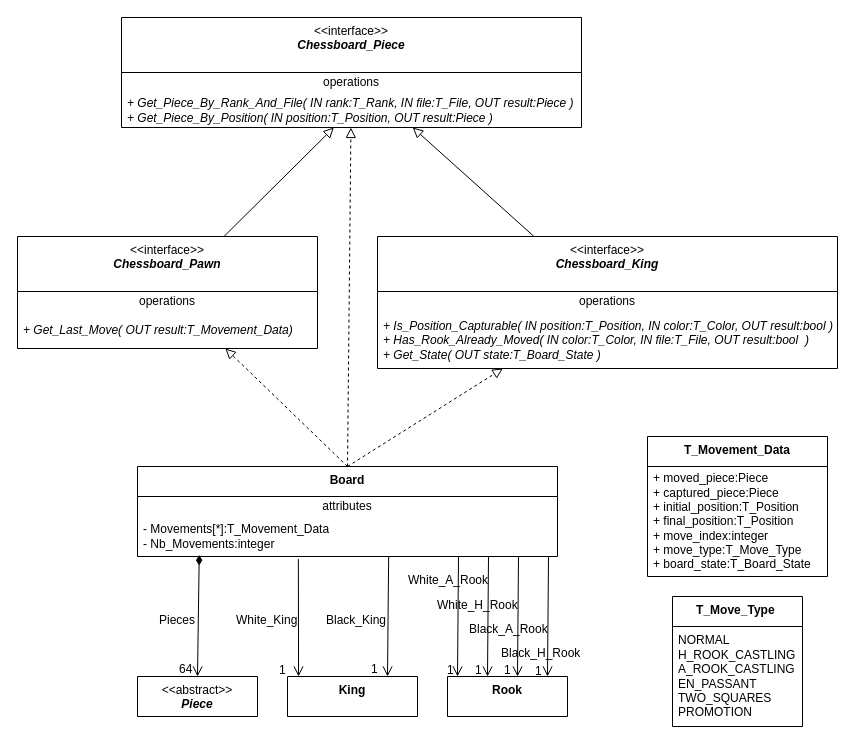
SanteyneEmbeddedSystems/Embedded_Chess keeps this draw.io diagram as page "Board" (2 of 6) of doc/Embedded_Chess.drawio. Above is the earlier version. Source tidied: cells renumbered, new cells numbered last; positions are measured from the earlier drawing's top-left corner, leaving out a move shared by most shapes. Both pictures are drawn from the tidied source at 100%, with x=0, y=0 at pixel (17, 17).
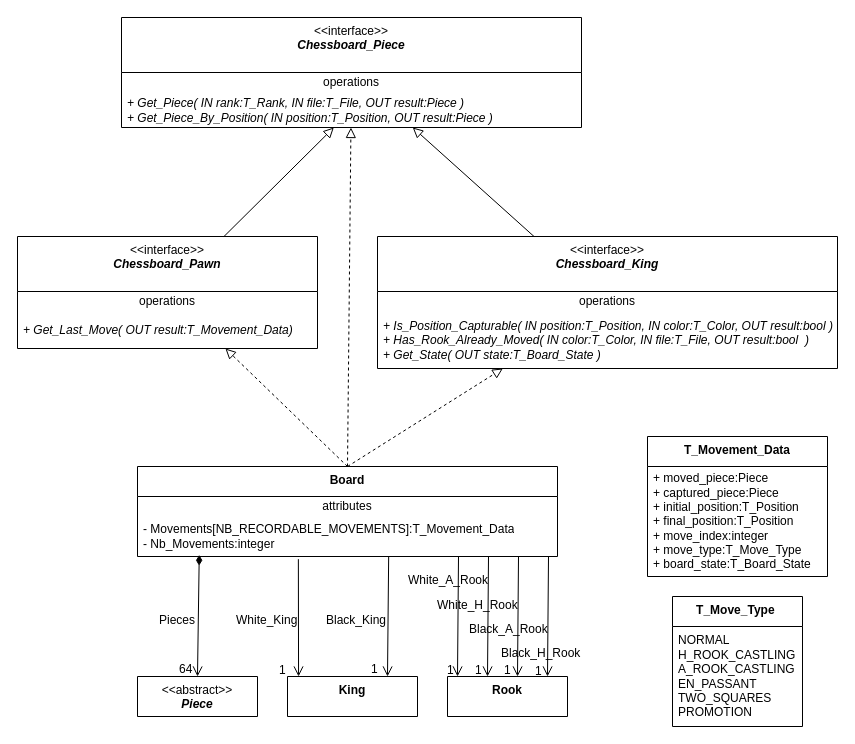
After the change.

The change refers to these unchanged cells:
```xml
<mxCell id="2" value="&lt;b style=&quot;border-color: var(--border-color);&quot;&gt;Board&lt;/b&gt;" style="swimlane;fontStyle=0;align=center;verticalAlign=top;horizontal=1;startSize=30;html=1;whiteSpace=wrap;" parent="1" vertex="1">
  <mxGeometry x="120" y="449" width="420" height="90" as="geometry" />
</mxCell>
<mxCell id="7" value="&amp;lt;&amp;lt;interface&amp;gt;&amp;gt;&lt;br&gt;&lt;b&gt;&lt;i&gt;Chessboard_Piece&lt;/i&gt;&lt;/b&gt;" style="swimlane;fontStyle=0;align=center;verticalAlign=top;horizontal=1;startSize=55;html=1;whiteSpace=wrap;" parent="1" vertex="1">
  <mxGeometry x="104" width="460" height="110" as="geometry" />
</mxCell>
```

The edit, as a diff of the source:
```diff
@@
-    <mxCell id="4" value="- Movements[*]:T_Movement_Data&lt;br&gt;-&amp;nbsp;Nb_Movements:integer" style="text;html=1;strokeColor=none;fillColor=none;align=left;verticalAlign=middle;spacingLeft=4;spacingRight=4;overflow=hidden;points=[[0,0.5],[1,0.5]];portConstraint=eastwest;whiteSpace=wrap;" parent="2" vertex="1">
+    <mxCell id="4" value="- Movements[NB_RECORDABLE_MOVEMENTS]:T_Movement_Data&lt;br&gt;-&amp;nbsp;Nb_Movements:integer" style="text;html=1;strokeColor=none;fillColor=none;align=left;verticalAlign=middle;spacingLeft=4;spacingRight=4;overflow=hidden;points=[[0,0.5],[1,0.5]];portConstraint=eastwest;whiteSpace=wrap;" parent="2" vertex="1">
       <mxGeometry y="50" width="420" height="40" as="geometry" />
     </mxCell>
@@
-    <mxCell id="9" value="&lt;i&gt;+ Get_Piece_By_Rank_And_File( IN rank:T_Rank, IN file:T_File, OUT result:Piece )&lt;br&gt;+&amp;nbsp;Get_Piece_By_Position( IN position:T_Position, OUT result:Piece )&lt;/i&gt;" style="text;html=1;strokeColor=none;fillColor=none;align=left;verticalAlign=middle;spacingLeft=4;spacingRight=4;overflow=hidden;points=[[0,0.5],[1,0.5]];portConstraint=eastwest;whiteSpace=wrap;" parent="7" vertex="1">
+    <mxCell id="9" value="&lt;i&gt;+ Get_Piece( IN rank:T_Rank, IN file:T_File, OUT result:Piece )&lt;br&gt;+&amp;nbsp;Get_Piece_By_Position( IN position:T_Position, OUT result:Piece )&lt;/i&gt;" style="text;html=1;strokeColor=none;fillColor=none;align=left;verticalAlign=middle;spacingLeft=4;spacingRight=4;overflow=hidden;points=[[0,0.5],[1,0.5]];portConstraint=eastwest;whiteSpace=wrap;" parent="7" vertex="1">
       <mxGeometry y="75" width="460" height="35" as="geometry" />
     </mxCell>
```
